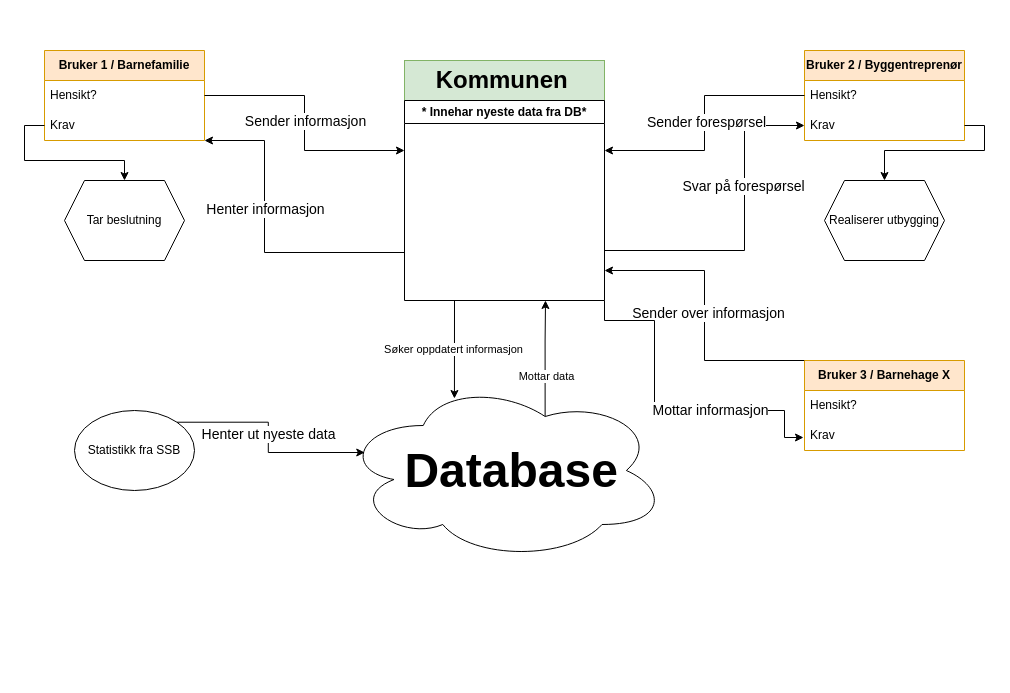
Before: wbsresultat.drawio in Azders/AndersOblig3, a draw.io diagram. Source tidied: cells renumbered, new cells numbered last; positions are measured from the earlier drawing's top-left corner, leaving out a move shared by most shapes. Both pictures are drawn from the tidied source at 100%, with x=0, y=0 at pixel (44, 50).
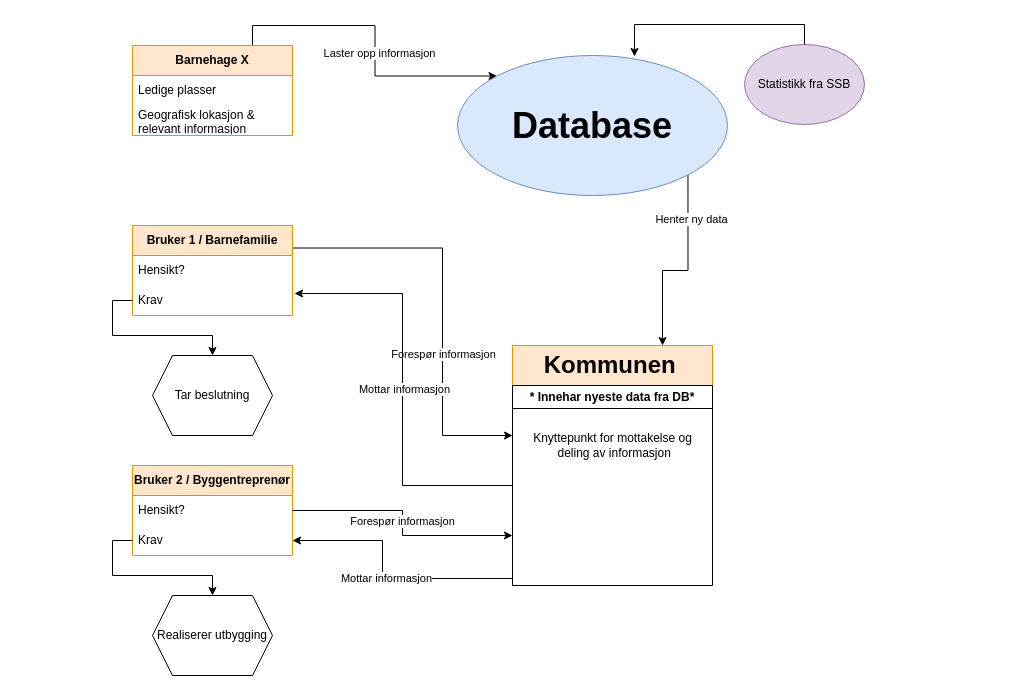
The same diagram, later.

Unchanged cells that the change refers to:
```xml
<mxCell id="3" value="Hensikt?" style="text;strokeColor=none;fillColor=none;align=left;verticalAlign=middle;spacingLeft=4;spacingRight=4;overflow=hidden;points=[[0,0.5],[1,0.5]];portConstraint=eastwest;whiteSpace=wrap;html=1;" parent="2" vertex="1">
  <mxGeometry y="30" width="160" height="30" as="geometry" />
</mxCell>
<mxCell id="4" value="Krav" style="text;strokeColor=none;fillColor=none;align=left;verticalAlign=middle;spacingLeft=4;spacingRight=4;overflow=hidden;points=[[0,0.5],[1,0.5]];portConstraint=eastwest;whiteSpace=wrap;html=1;" parent="2" vertex="1">
  <mxGeometry y="60" width="160" height="30" as="geometry" />
</mxCell>
<mxCell id="10" value="Hensikt?" style="text;strokeColor=none;fillColor=none;align=left;verticalAlign=middle;spacingLeft=4;spacingRight=4;overflow=hidden;points=[[0,0.5],[1,0.5]];portConstraint=eastwest;whiteSpace=wrap;html=1;" parent="9" vertex="1">
  <mxGeometry y="30" width="160" height="30" as="geometry" />
</mxCell>
<mxCell id="11" value="Krav" style="text;strokeColor=none;fillColor=none;align=left;verticalAlign=middle;spacingLeft=4;spacingRight=4;overflow=hidden;points=[[0,0.5],[1,0.5]];portConstraint=eastwest;whiteSpace=wrap;html=1;" parent="9" vertex="1">
  <mxGeometry y="60" width="160" height="30" as="geometry" />
</mxCell>
```

The edit, as a diff of the source:
```diff
@@
+    <mxCell id="37" style="edgeStyle=orthogonalEdgeStyle;rounded=0;jettySize=auto;html=1;exitX=1;exitY=0.25;exitDx=0;exitDy=0;entryX=0;entryY=0.25;entryDx=0;entryDy=0;" parent="1" edge="1" source="2" target="8">
+      <mxGeometry relative="1" as="geometry">
+        <Array as="points">
+          <mxPoint x="398" y="198" />
+          <mxPoint x="398" y="385" />
+        </Array>
+      </mxGeometry>
+    </mxCell>
+    <mxCell id="38" value="Forespør informasjon" style="edgeLabel;html=1;align=center;verticalAlign=middle;" parent="37" vertex="1">
+      <mxGeometry x="0.25" relative="1" as="geometry">
+        <mxPoint y="1" as="offset" />
+      </mxGeometry>
+    </mxCell>
     <mxCell id="2" value="&lt;b&gt;Bruker 1 / Barnefamilie&lt;/b&gt;" style="swimlane;fontStyle=0;horizontal=1;startSize=30;whiteSpace=wrap;html=1;fillColor=#ffe6cc;strokeColor=#d79b00;" parent="1" vertex="1">
-      <mxGeometry width="160" height="90" as="geometry" />
+      <mxGeometry x="88" y="175" width="160" height="90" as="geometry" />
     </mxCell>
@@
-    <mxCell id="5" value="&lt;h1&gt;&amp;nbsp; &amp;nbsp; Kommunen&lt;/h1&gt;&lt;p&gt;&lt;br&gt;&lt;/p&gt;" style="text;html=1;strokeColor=#82b366;fillColor=#d5e8d4;spacing=5;spacingTop=-20;whiteSpace=wrap;overflow=hidden;rounded=0;" parent="1" vertex="1">
-      <mxGeometry x="360" y="10" width="200" height="40" as="geometry" />
+    <mxCell id="5" value="&lt;h1&gt;&amp;nbsp; &amp;nbsp; Kommunen&lt;/h1&gt;&lt;p&gt;&lt;br&gt;&lt;/p&gt;" style="text;html=1;strokeColor=#d79b00;fillColor=#ffe6cc;spacing=5;spacingTop=-20;whiteSpace=wrap;overflow=hidden;rounded=0;" parent="1" vertex="1">
+      <mxGeometry x="468" y="295" width="200" height="40" as="geometry" />
     </mxCell>
-    <mxCell id="6" style="edgeStyle=orthogonalEdgeStyle;rounded=0;jettySize=auto;html=1;exitX=1;exitY=0.75;exitDx=0;exitDy=0;entryX=0;entryY=0.5;entryDx=0;entryDy=0;" parent="1" edge="1" source="8" target="11">
+    <mxCell id="6" style="edgeStyle=orthogonalEdgeStyle;rounded=0;jettySize=auto;html=1;exitX=0;exitY=1;exitDx=0;exitDy=0;entryX=1;entryY=0.5;entryDx=0;entryDy=0;" parent="1" edge="1" source="8" target="11">
       <mxGeometry relative="1" as="geometry">
         <Array as="points">
-          <mxPoint x="700" y="200" />
-          <mxPoint x="700" y="75" />
+          <mxPoint x="468" y="528" />
+          <mxPoint x="338" y="528" />
+          <mxPoint x="338" y="490" />
         </Array>
       </mxGeometry>
     </mxCell>
-    <mxCell id="7" value="&lt;font style=&quot;font-size: 14px;&quot;&gt;Svar på forespørsel&lt;/font&gt;" style="edgeLabel;html=1;align=center;verticalAlign=middle;" parent="6" vertex="1">
-      <mxGeometry x="0.26" y="2" relative="1" as="geometry" />
-    </mxCell>
+    <mxCell id="39" value="Mottar informasjon" style="edgeLabel;html=1;align=center;verticalAlign=middle;" parent="6" vertex="1">
+      <mxGeometry x="0.04" y="-3" relative="1" as="geometry" />
+    </mxCell>
     <mxCell id="8" value="* Innehar nyeste data fra DB*" style="swimlane;whiteSpace=wrap;html=1;" parent="1" vertex="1">
-      <mxGeometry x="360" y="50" width="200" height="200" as="geometry" />
+      <mxGeometry x="468" y="335" width="200" height="200" as="geometry" />
     </mxCell>
+    <mxCell id="40" value="Knyttepunkt for mottakelse og&lt;br&gt;&amp;nbsp;deling av informasjon&lt;br&gt;" style="text;html=1;align=center;verticalAlign=middle;strokeColor=none;fillColor=none;" parent="8" vertex="1">
+      <mxGeometry x="10" y="40" width="180" height="40" as="geometry" />
+    </mxCell>
     <mxCell id="9" value="&lt;b&gt;Bruker 2 / Byggentreprenør&lt;/b&gt;" style="swimlane;fontStyle=0;horizontal=1;startSize=30;whiteSpace=wrap;html=1;fillColor=#ffe6cc;strokeColor=#d79b00;" parent="1" vertex="1">
-      <mxGeometry x="760" width="160" height="90" as="geometry" />
+      <mxGeometry x="88" y="415" width="160" height="90" as="geometry" />
     </mxCell>
@@
-    <mxCell id="12" style="edgeStyle=orthogonalEdgeStyle;rounded=0;jettySize=auto;html=1;exitX=0.625;exitY=0.2;exitDx=0;exitDy=0;exitPerimeter=0;" parent="1" edge="1" source="14">
-      <mxGeometry relative="1" as="geometry">
-        <mxPoint x="501" y="250" as="targetPoint" />
-      </mxGeometry>
-    </mxCell>
-    <mxCell id="13" value="Mottar data" style="edgeLabel;html=1;align=center;verticalAlign=middle;" parent="12" vertex="1">
-      <mxGeometry x="-0.32" y="-1" relative="1" as="geometry" />
-    </mxCell>
-    <mxCell id="14" value="&lt;b&gt;&lt;font style=&quot;font-size: 48px;&quot;&gt;&amp;nbsp;Database&lt;/font&gt;&lt;/b&gt;" style="ellipse;shape=cloud;whiteSpace=wrap;html=1;" parent="1" vertex="1">
-      <mxGeometry x="297.5" y="330" width="325" height="180" as="geometry" />
-    </mxCell>
-    <mxCell id="15" style="edgeStyle=orthogonalEdgeStyle;rounded=0;jettySize=auto;html=1;entryX=0;entryY=0.25;entryDx=0;entryDy=0;" parent="1" edge="1" source="3" target="8">
-      <mxGeometry relative="1" as="geometry" />
-    </mxCell>
-    <mxCell id="16" value="&lt;font style=&quot;font-size: 14px;&quot;&gt;Sender informasjon&lt;/font&gt;" style="edgeLabel;html=1;align=center;verticalAlign=middle;" parent="15" vertex="1">
-      <mxGeometry x="-0.02" relative="1" as="geometry" />
-    </mxCell>
-    <mxCell id="17" style="edgeStyle=orthogonalEdgeStyle;rounded=0;orthogonalLoop=1;jettySize=auto;html=1;exitX=0;exitY=0.75;exitDx=0;exitDy=0;" parent="1" edge="1">
-      <mxGeometry relative="1" as="geometry">
-        <mxPoint x="360" y="201" as="sourcePoint" />
-        <mxPoint x="160" y="90" as="targetPoint" />
-        <Array as="points">
-          <mxPoint x="360" y="202" />
-          <mxPoint x="220" y="202" />
-          <mxPoint x="220" y="90" />
-        </Array>
-      </mxGeometry>
-    </mxCell>
-    <mxCell id="18" value="&lt;font style=&quot;font-size: 14px;&quot;&gt;Henter informasjon&lt;/font&gt;" style="edgeLabel;html=1;align=center;verticalAlign=middle;" parent="17" vertex="1">
-      <mxGeometry x="0.18" relative="1" as="geometry" />
-    </mxCell>
-    <mxCell id="19" style="edgeStyle=orthogonalEdgeStyle;rounded=0;jettySize=auto;html=1;exitX=0;exitY=0.5;exitDx=0;exitDy=0;entryX=1;entryY=0.25;entryDx=0;entryDy=0;" parent="1" edge="1" source="10" target="8">
-      <mxGeometry relative="1" as="geometry" />
-    </mxCell>
-    <mxCell id="20" value="&lt;font style=&quot;font-size: 14px;&quot;&gt;Sender forespørsel&lt;/font&gt;" style="edgeLabel;html=1;align=center;verticalAlign=middle;" parent="19" vertex="1">
-      <mxGeometry x="-0.01" y="1" relative="1" as="geometry" />
-    </mxCell>
-    <mxCell id="21" style="edgeStyle=orthogonalEdgeStyle;rounded=0;jettySize=auto;html=1;exitX=0.25;exitY=1;exitDx=0;exitDy=0;entryX=0.346;entryY=0.1;entryDx=0;entryDy=0;entryPerimeter=0;" parent="1" edge="1" source="8" target="14">
-      <mxGeometry relative="1" as="geometry" />
-    </mxCell>
-    <mxCell id="22" value="Søker oppdatert informasjon" style="edgeLabel;html=1;align=center;verticalAlign=middle;" parent="21" vertex="1">
-      <mxGeometry y="-1" relative="1" as="geometry" />
-    </mxCell>
     <mxCell id="23" value="Realiserer utbygging" style="shape=hexagon;perimeter=hexagonPerimeter2;whiteSpace=wrap;html=1;fixedSize=1;" parent="1" vertex="1">
-      <mxGeometry x="780" y="130" width="120" height="80" as="geometry" />
+      <mxGeometry x="108" y="545" width="120" height="80" as="geometry" />
     </mxCell>
-    <mxCell id="24" style="edgeStyle=orthogonalEdgeStyle;rounded=0;jettySize=auto;html=1;exitX=1;exitY=0.5;exitDx=0;exitDy=0;" parent="1" edge="1" source="11" target="23">
-      <mxGeometry relative="1" as="geometry">
-        <Array as="points">
-          <mxPoint x="940" y="75" />
-          <mxPoint x="940" y="100" />
-          <mxPoint x="840" y="100" />
-        </Array>
-      </mxGeometry>
-    </mxCell>
     <mxCell id="25" value="Tar beslutning" style="shape=hexagon;perimeter=hexagonPerimeter2;whiteSpace=wrap;html=1;fixedSize=1;" parent="1" vertex="1">
-      <mxGeometry x="20" y="130" width="120" height="80" as="geometry" />
+      <mxGeometry x="108" y="305" width="120" height="80" as="geometry" />
     </mxCell>
@@
-    <mxCell id="27" value="Statistikk fra SSB" style="ellipse;whiteSpace=wrap;html=1;" parent="1" vertex="1">
-      <mxGeometry x="30" y="360" width="120" height="80" as="geometry" />
+    <mxCell id="27" value="Statistikk fra SSB" style="ellipse;whiteSpace=wrap;html=1;fillColor=#e1d5e7;strokeColor=#9673a6;" parent="1" vertex="1">
+      <mxGeometry x="700" y="-6" width="120" height="80" as="geometry" />
     </mxCell>
-    <mxCell id="28" style="edgeStyle=orthogonalEdgeStyle;rounded=0;jettySize=auto;html=1;exitX=1;exitY=0;exitDx=0;exitDy=0;entryX=0.07;entryY=0.4;entryDx=0;entryDy=0;entryPerimeter=0;" parent="1" edge="1" source="27" target="14">
-      <mxGeometry relative="1" as="geometry" />
-    </mxCell>
-    <mxCell id="29" value="&lt;font style=&quot;font-size: 14px;&quot;&gt;Henter ut nyeste data&lt;/font&gt;" style="edgeLabel;html=1;align=center;verticalAlign=middle;" parent="28" vertex="1">
-      <mxGeometry x="-0.06" relative="1" as="geometry" />
-    </mxCell>
-    <mxCell id="30" style="edgeStyle=orthogonalEdgeStyle;rounded=0;jettySize=auto;html=1;exitX=0.25;exitY=0;exitDx=0;exitDy=0;" parent="1" edge="1" source="32">
-      <mxGeometry relative="1" as="geometry">
-        <mxPoint x="560" y="220" as="targetPoint" />
-        <Array as="points">
-          <mxPoint x="660" y="310" />
-          <mxPoint x="660" y="220" />
-        </Array>
-      </mxGeometry>
-    </mxCell>
-    <mxCell id="31" value="&lt;font style=&quot;font-size: 14px;&quot;&gt;Sender over informasjon&lt;/font&gt;" style="edgeLabel;html=1;align=center;verticalAlign=middle;" parent="30" vertex="1">
-      <mxGeometry x="0.14" y="-3" relative="1" as="geometry" />
-    </mxCell>
+    <mxCell id="41" style="edgeStyle=orthogonalEdgeStyle;rounded=0;jettySize=auto;html=1;exitX=0.75;exitY=0;exitDx=0;exitDy=0;entryX=0;entryY=0;entryDx=0;entryDy=0;" parent="1" edge="1" source="32" target="14">
+      <mxGeometry relative="1" as="geometry" />
+    </mxCell>
+    <mxCell id="42" value="Laster opp informasjon" style="edgeLabel;html=1;align=center;verticalAlign=middle;" parent="41" vertex="1">
+      <mxGeometry x="0.07" y="4" relative="1" as="geometry">
+        <mxPoint y="1" as="offset" />
+      </mxGeometry>
+    </mxCell>
-    <mxCell id="32" value="&lt;b&gt;Bruker 3 / Barnehage X&lt;/b&gt;" style="swimlane;fontStyle=0;horizontal=1;startSize=30;whiteSpace=wrap;html=1;fillColor=#ffe6cc;strokeColor=#d79b00;" parent="1" vertex="1">
-      <mxGeometry x="760" y="310" width="160" height="90" as="geometry" />
+    <mxCell id="32" value="&lt;b&gt;Barnehage X&lt;/b&gt;" style="swimlane;fontStyle=0;horizontal=1;startSize=30;whiteSpace=wrap;html=1;fillColor=#ffe6cc;strokeColor=#d79b00;" parent="1" vertex="1">
+      <mxGeometry x="88" y="-5" width="160" height="90" as="geometry" />
     </mxCell>
-    <mxCell id="33" value="Hensikt?" style="text;strokeColor=none;fillColor=none;align=left;verticalAlign=middle;spacingLeft=4;spacingRight=4;overflow=hidden;whiteSpace=wrap;html=1;" parent="32" vertex="1">
+    <mxCell id="33" value="Ledige plasser" style="text;strokeColor=none;fillColor=none;align=left;verticalAlign=middle;spacingLeft=4;spacingRight=4;overflow=hidden;whiteSpace=wrap;html=1;" parent="32" vertex="1">
       <mxGeometry y="30" width="160" height="30" as="geometry" />
     </mxCell>
-    <mxCell id="34" value="Krav" style="text;strokeColor=none;fillColor=none;align=left;verticalAlign=middle;spacingLeft=4;spacingRight=4;overflow=hidden;whiteSpace=wrap;html=1;" parent="32" vertex="1">
+    <mxCell id="34" value="Geografisk lokasjon &amp;amp;&lt;br&gt;relevant informasjon" style="text;strokeColor=none;fillColor=none;align=left;verticalAlign=middle;spacingLeft=4;spacingRight=4;overflow=hidden;whiteSpace=wrap;html=1;" parent="32" vertex="1">
       <mxGeometry y="60" width="160" height="30" as="geometry" />
     </mxCell>
-    <mxCell id="35" style="edgeStyle=orthogonalEdgeStyle;rounded=0;jettySize=auto;html=1;exitX=1;exitY=1;exitDx=0;exitDy=0;entryX=-0.006;entryY=-0.1;entryDx=0;entryDy=0;entryPerimeter=0;" parent="1" edge="1" source="8">
-      <mxGeometry relative="1" as="geometry">
-        <mxPoint x="759" y="387" as="targetPoint" />
-        <Array as="points">
-          <mxPoint x="560" y="270" />
-          <mxPoint x="610" y="270" />
-          <mxPoint x="610" y="360" />
-          <mxPoint x="740" y="360" />
-          <mxPoint x="740" y="387" />
-        </Array>
-      </mxGeometry>
-    </mxCell>
-    <mxCell id="36" value="&lt;font style=&quot;font-size: 14px;&quot;&gt;Mottar informasjon&lt;/font&gt;" style="edgeLabel;html=1;align=center;verticalAlign=middle;" parent="35" vertex="1">
-      <mxGeometry x="0.28" y="1" relative="1" as="geometry" />
-    </mxCell>
+    <mxCell id="24" style="edgeStyle=orthogonalEdgeStyle;rounded=0;jettySize=auto;html=1;exitX=0;exitY=0.5;exitDx=0;exitDy=0;entryX=0.5;entryY=0;entryDx=0;entryDy=0;" parent="1" edge="1" source="11" target="23">
+      <mxGeometry relative="1" as="geometry" />
+    </mxCell>
+    <mxCell id="43" style="edgeStyle=orthogonalEdgeStyle;rounded=0;jettySize=auto;html=1;exitX=1;exitY=1;exitDx=0;exitDy=0;entryX=0.75;entryY=0;entryDx=0;entryDy=0;" parent="1" edge="1" source="14" target="5">
+      <mxGeometry relative="1" as="geometry" />
+    </mxCell>
+    <mxCell id="44" value="Henter ny data" style="edgeLabel;html=1;align=center;verticalAlign=middle;" parent="43" vertex="1">
+      <mxGeometry x="-0.55" y="3" relative="1" as="geometry" />
+    </mxCell>
+    <mxCell id="14" value="&lt;font style=&quot;font-size: 36px;&quot;&gt;&lt;b style=&quot;&quot;&gt;Database&lt;/b&gt;&lt;/font&gt;" style="ellipse;whiteSpace=wrap;html=1;fillColor=#dae8fc;strokeColor=#6c8ebf;" parent="1" vertex="1">
+      <mxGeometry x="413" y="5" width="270" height="140" as="geometry" />
+    </mxCell>
+    <mxCell id="45" style="edgeStyle=orthogonalEdgeStyle;rounded=0;jettySize=auto;html=1;exitX=0;exitY=0.5;exitDx=0;exitDy=0;entryX=1.013;entryY=0.267;entryDx=0;entryDy=0;entryPerimeter=0;" parent="1" edge="1" source="8" target="4">
+      <mxGeometry relative="1" as="geometry" />
+    </mxCell>
+    <mxCell id="46" value="Mottar informasjon" style="edgeLabel;html=1;align=center;verticalAlign=middle;" parent="45" vertex="1">
+      <mxGeometry x="0.01" y="-1" relative="1" as="geometry" />
+    </mxCell>
+    <mxCell id="19" style="edgeStyle=orthogonalEdgeStyle;rounded=0;jettySize=auto;html=1;entryX=0;entryY=0.75;entryDx=0;entryDy=0;" parent="1" edge="1" source="10" target="8">
+      <mxGeometry relative="1" as="geometry" />
+    </mxCell>
+    <mxCell id="47" value="Forespør informasjon" style="edgeLabel;html=1;align=center;verticalAlign=middle;" parent="19" vertex="1">
+      <mxGeometry x="-0.02" y="-1" relative="1" as="geometry" />
+    </mxCell>
+    <mxCell id="48" style="edgeStyle=orthogonalEdgeStyle;rounded=0;jettySize=auto;html=1;exitX=0.5;exitY=0;exitDx=0;exitDy=0;" parent="1" edge="1" source="27">
+      <mxGeometry relative="1" as="geometry">
+        <mxPoint x="590" y="6" as="targetPoint" />
+        <Array as="points">
+          <mxPoint x="760" y="-26" />
+          <mxPoint x="590" y="-26" />
+        </Array>
+      </mxGeometry>
+    </mxCell>
```
